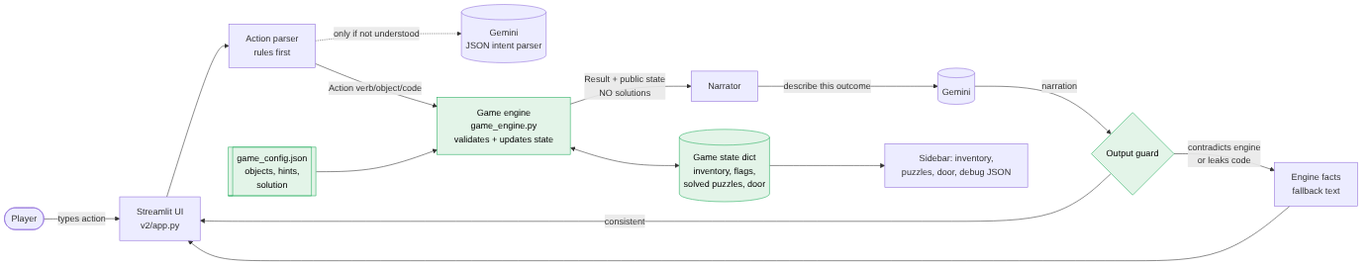
The Mermaid diagram docs/architecture/v2_architecture.png in raj-s17/ai-escape-room, before a commit. Its source is kept beside it as docs/architecture/v2_architecture.mmd. The source it was exported from:
```mermaid
flowchart LR
    P([Player]) -->|types action| UI[Streamlit UI<br/>v2/app.py]
    UI --> PR[Action parser<br/>rules first]
    PR -.->|only if not understood| LP[(Gemini<br/>JSON intent parser)]
    PR -->|Action verb/object/code| EN[Game engine<br/>game_engine.py<br/>validates + updates state]
    CFG[[game_config.json<br/>objects, hints,<br/>solution]] --> EN
    EN <--> ST[(Game state dict<br/>inventory, flags,<br/>solved puzzles, door)]
    EN -->|Result + public state<br/>NO solutions| NA[Narrator]
    NA -->|describe this outcome| LLM[(Gemini)]
    LLM -->|narration| GD{Output guard}
    GD -->|consistent| UI
    GD -->|contradicts engine<br/>or leaks code| FB[Engine facts<br/>fallback text] --> UI
    ST --> SB[Sidebar: inventory,<br/>puzzles, door, debug JSON]
    classDef trusted fill:#e3f4e8,stroke:#27ae60,color:#000;
    class EN,ST,CFG,GD trusted
```
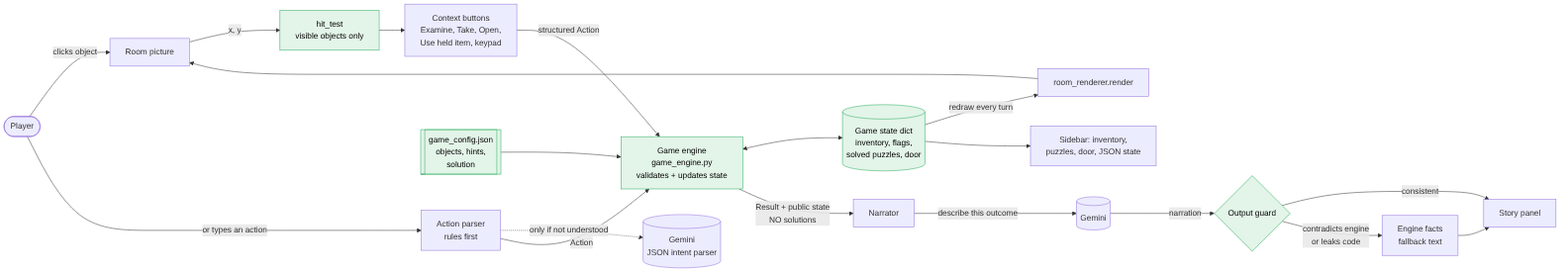
After the commit.

The edit, as a diff of the source:
```diff
@@ -1,15 +1,19 @@
 flowchart LR
-    P([Player]) -->|types action| UI[Streamlit UI<br/>v2/app.py]
-    UI --> PR[Action parser<br/>rules first]
+    P([Player]) -->|clicks object| IMG[Room picture]
+    IMG -->|x, y| HT[hit_test<br/>visible objects only]
+    HT --> BTN[Context buttons<br/>Examine, Take, Open,<br/>Use held item, keypad]
+    BTN -->|structured Action| EN
+    P -->|or types an action| PR[Action parser<br/>rules first]
     PR -.->|only if not understood| LP[(Gemini<br/>JSON intent parser)]
-    PR -->|Action verb/object/code| EN[Game engine<br/>game_engine.py<br/>validates + updates state]
+    PR -->|Action| EN[Game engine<br/>game_engine.py<br/>validates + updates state]
     CFG[[game_config.json<br/>objects, hints,<br/>solution]] --> EN
     EN <--> ST[(Game state dict<br/>inventory, flags,<br/>solved puzzles, door)]
     EN -->|Result + public state<br/>NO solutions| NA[Narrator]
     NA -->|describe this outcome| LLM[(Gemini)]
     LLM -->|narration| GD{Output guard}
-    GD -->|consistent| UI
-    GD -->|contradicts engine<br/>or leaks code| FB[Engine facts<br/>fallback text] --> UI
-    ST --> SB[Sidebar: inventory,<br/>puzzles, door, debug JSON]
+    GD -->|consistent| SP[Story panel]
+    GD -->|contradicts engine<br/>or leaks code| FB[Engine facts<br/>fallback text] --> SP
+    ST -->|redraw every turn| RR[room_renderer.render] --> IMG
+    ST --> SB[Sidebar: inventory,<br/>puzzles, door, JSON state]
     classDef trusted fill:#e3f4e8,stroke:#27ae60,color:#000;
-    class EN,ST,CFG,GD trusted
+    class EN,ST,CFG,GD,HT trusted
```
